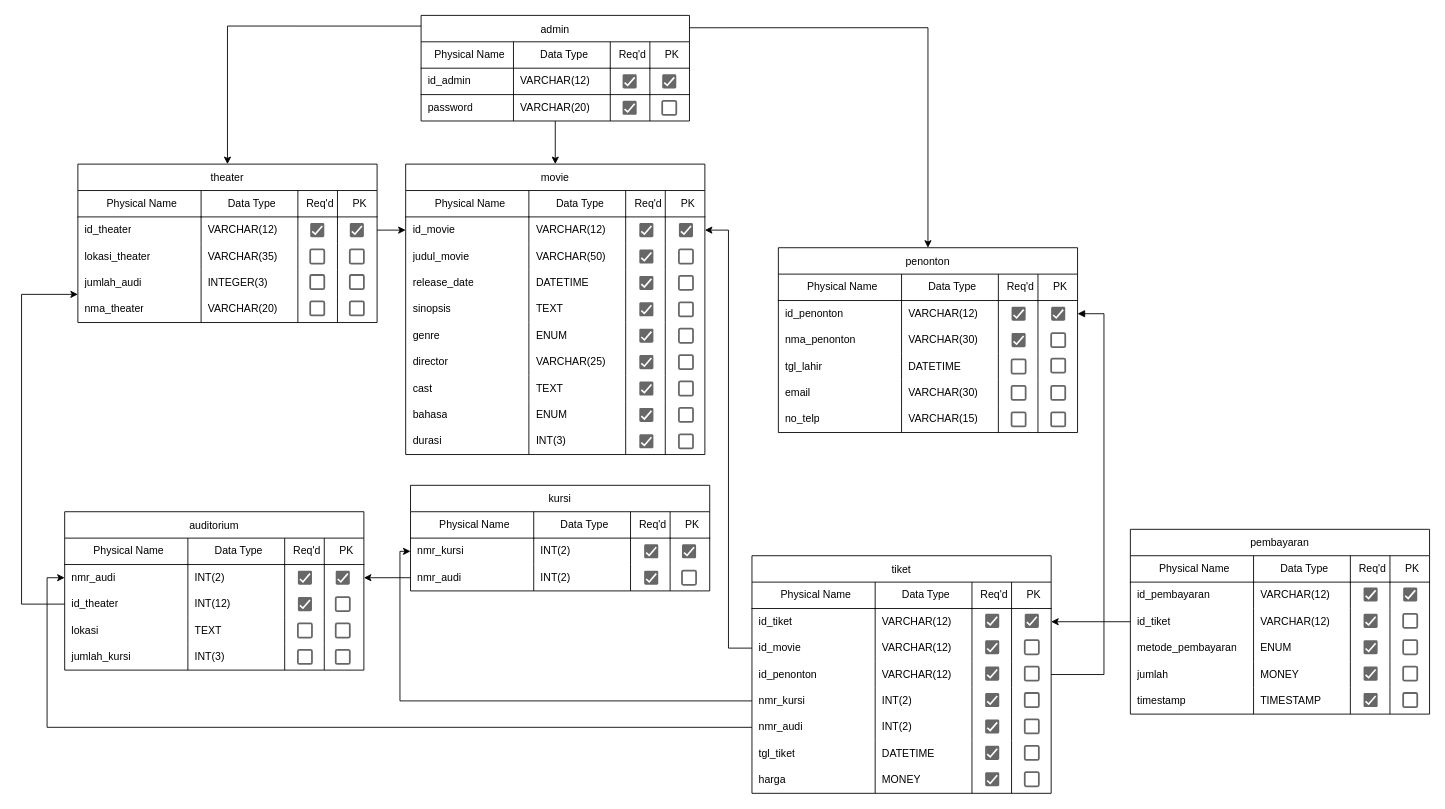
The draw.io diagram movie_pdm.drawio in vinnnna/sistem-basis-data, before the edit. Source tidied: cells renumbered, new cells numbered last; positions are measured from the earlier drawing's top-left corner, leaving out a move shared by most shapes. Both pictures are drawn from the tidied source at 88%, with x=0, y=0 at pixel (21, 15).
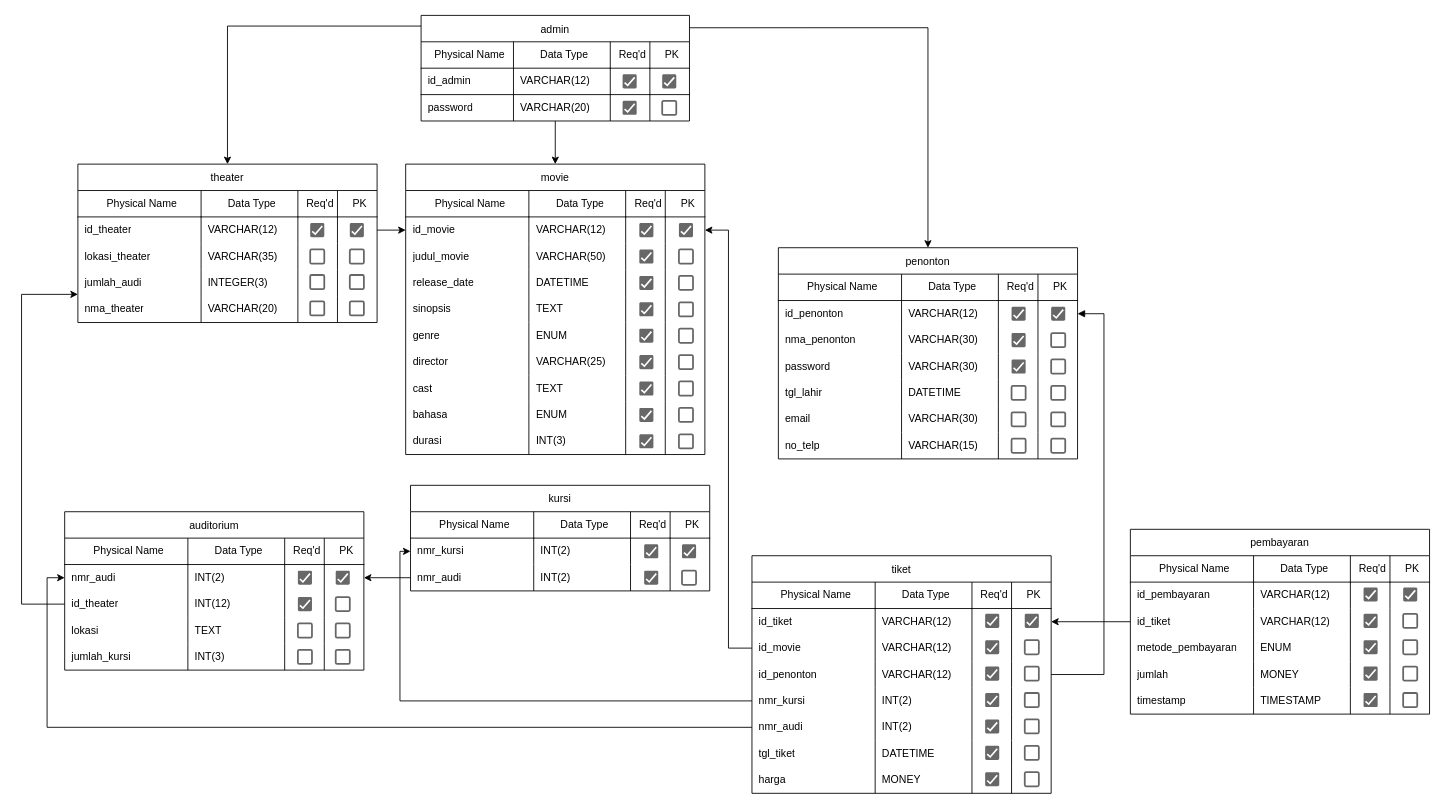
The same diagram, later.

Change to the diagram source:
```diff
@@
     <mxCell id="151" value="penonton" style="shape=table;startSize=30;childLayout=tableLayout;rowLines=0;fontStyle=0;strokeColor=default;fontSize=12;" parent="1" vertex="1">
-      <mxGeometry x="860" y="264" width="340" height="210" as="geometry" />
+      <mxGeometry x="860" y="264" width="340" height="240" as="geometry" />
     </mxCell>
@@
+    <mxCell id="327" style="shape=tableRow;horizontal=0;startSize=0;swimlaneHead=0;swimlaneBody=0;top=0;left=0;bottom=0;right=0;fillColor=none;strokeColor=inherit;fontSize=12;" parent="151" vertex="1">
+      <mxGeometry y="120" width="340" height="30" as="geometry" />
+    </mxCell>
+    <mxCell id="328" value="password" style="shape=partialRectangle;html=1;whiteSpace=wrap;fillColor=none;top=0;left=0;bottom=0;right=0;align=left;spacingLeft=6;overflow=hidden;strokeColor=inherit;fontSize=12;" parent="327" vertex="1">
+      <mxGeometry width="140" height="30" as="geometry" />
+    </mxCell>
+    <mxCell id="329" value="VARCHAR(30)" style="shape=partialRectangle;html=1;whiteSpace=wrap;fillColor=none;top=0;left=0;bottom=0;right=0;align=left;spacingLeft=6;overflow=hidden;strokeColor=inherit;fontSize=12;" parent="327" vertex="1">
+      <mxGeometry x="140" width="110" height="30" as="geometry" />
+    </mxCell>
+    <mxCell id="330" style="shape=partialRectangle;html=1;whiteSpace=wrap;fillColor=none;top=0;left=0;bottom=0;right=0;align=left;spacingLeft=6;overflow=hidden;strokeColor=inherit;fontSize=12;" parent="327" vertex="1">
+      <mxGeometry x="250" width="45" height="30" as="geometry" />
+    </mxCell>
+    <mxCell id="331" style="shape=partialRectangle;html=1;whiteSpace=wrap;fillColor=none;top=0;left=0;bottom=0;right=0;align=left;spacingLeft=6;overflow=hidden;strokeColor=inherit;fontSize=12;" parent="327" vertex="1">
+      <mxGeometry x="295" width="45" height="30" as="geometry" />
+    </mxCell>
     <mxCell id="167" style="shape=tableRow;horizontal=0;startSize=0;swimlaneHead=0;swimlaneBody=0;top=0;left=0;bottom=0;right=0;fillColor=none;strokeColor=inherit;fontSize=12;" parent="151" vertex="1">
-      <mxGeometry y="120" width="340" height="30" as="geometry" />
+      <mxGeometry y="150" width="340" height="30" as="geometry" />
     </mxCell>
@@
     <mxCell id="172" style="shape=tableRow;horizontal=0;startSize=0;swimlaneHead=0;swimlaneBody=0;top=0;left=0;bottom=0;right=0;fillColor=none;strokeColor=inherit;fontSize=12;" parent="151" vertex="1">
-      <mxGeometry y="150" width="340" height="30" as="geometry" />
+      <mxGeometry y="180" width="340" height="30" as="geometry" />
     </mxCell>
@@
     <mxCell id="177" style="shape=tableRow;horizontal=0;startSize=0;swimlaneHead=0;swimlaneBody=0;top=0;left=0;bottom=0;right=0;fillColor=none;strokeColor=inherit;fontSize=12;" parent="151" vertex="1">
-      <mxGeometry y="180" width="340" height="30" as="geometry" />
+      <mxGeometry y="210" width="340" height="30" as="geometry" />
     </mxCell>
@@
     <mxCell id="285" style="dashed=0;labelPosition=right;align=left;shape=mxgraph.gmdl.checkbox;strokeColor=#666666;fillColor=none;strokeWidth=2;sketch=0;html=1;" parent="1" vertex="1">
-      <mxGeometry x="1125" y="391" width="16" height="16" as="geometry" />
+      <mxGeometry x="1125" y="481" width="16" height="16" as="geometry" />
     </mxCell>
     <mxCell id="286" style="dashed=0;labelPosition=right;align=left;shape=mxgraph.gmdl.checkbox;strokeColor=#666666;fillColor=none;strokeWidth=2;sketch=0;html=1;" parent="1" vertex="1">
-      <mxGeometry x="1170" y="390" width="16" height="16" as="geometry" />
+      <mxGeometry x="1170" y="481" width="16" height="16" as="geometry" />
     </mxCell>
@@
+    <mxCell id="332" style="dashed=0;labelPosition=right;align=left;shape=mxgraph.gmdl.checkbox;strokeColor=#666666;fillColor=none;strokeWidth=2;sketch=0;html=1;" parent="1" vertex="1">
+      <mxGeometry x="1170" y="391" width="16" height="16" as="geometry" />
+    </mxCell>
+    <mxCell id="333" style="dashed=0;labelPosition=right;align=left;shape=mxgraph.gmdl.checkbox;strokeColor=none;fillColor=#676767;strokeWidth=2;sketch=0;html=1;" parent="1" vertex="1">
+      <mxGeometry x="1125" y="391" width="16" height="16" as="geometry" />
+    </mxCell>
```
